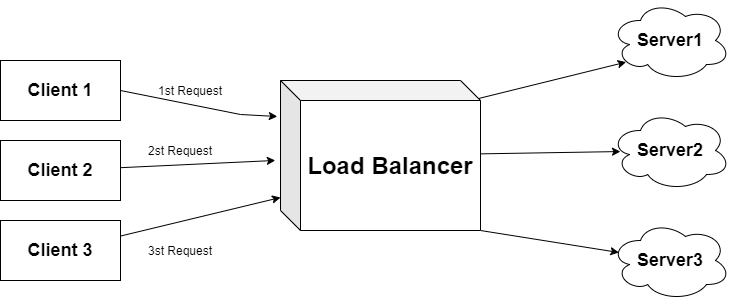
Before: Diagram.png, a diagram exported from draw.io (aakash1102/FSD1.0). Source tidied: cells renumbered, new cells last; positions are measured from the earlier drawing's top-left corner, leaving out a move shared by most shapes. The source it was exported from:
```xml
<mxGraphModel>
  <root>
    <mxCell id="0" />
    <mxCell id="1" parent="0" />
    <mxCell id="2" style="edgeStyle=none;rounded=0;jettySize=auto;html=1;exitX=1;exitY=0.5;exitDx=0;exitDy=0;entryX=-0.016;entryY=0.24;entryDx=0;entryDy=0;entryPerimeter=0;" parent="1" edge="1" source="3" target="14">
      <mxGeometry relative="1" as="geometry">
        <Array as="points">
          <mxPoint x="240" y="114" />
        </Array>
      </mxGeometry>
    </mxCell>
    <mxCell id="3" value="&lt;font style=&quot;font-size: 18px&quot;&gt;&lt;b&gt;Client 1&lt;/b&gt;&lt;/font&gt;" style="rounded=0;whiteSpace=wrap;html=1;" parent="1" vertex="1">
      <mxGeometry y="60" width="120" height="60" as="geometry" />
    </mxCell>
    <mxCell id="4" style="edgeStyle=none;rounded=0;jettySize=auto;html=1;entryX=-0.026;entryY=0.533;entryDx=0;entryDy=0;entryPerimeter=0;" parent="1" edge="1" source="5" target="14">
      <mxGeometry relative="1" as="geometry" />
    </mxCell>
    <mxCell id="5" value="&lt;font style=&quot;font-size: 18px&quot;&gt;&lt;b&gt;Client 2&lt;/b&gt;&lt;/font&gt;" style="rounded=0;whiteSpace=wrap;html=1;" parent="1" vertex="1">
      <mxGeometry y="140" width="120" height="60" as="geometry" />
    </mxCell>
    <mxCell id="6" style="edgeStyle=none;rounded=0;jettySize=auto;html=1;entryX=0;entryY=0.78;entryDx=0;entryDy=0;entryPerimeter=0;" parent="1" edge="1" source="7" target="14">
      <mxGeometry relative="1" as="geometry" />
    </mxCell>
    <mxCell id="7" value="&lt;font style=&quot;font-size: 18px&quot;&gt;&lt;b&gt;Client 3&lt;/b&gt;&lt;/font&gt;" style="rounded=0;whiteSpace=wrap;html=1;" parent="1" vertex="1">
      <mxGeometry y="220" width="120" height="60" as="geometry" />
    </mxCell>
    <mxCell id="8" value="1st Request" style="text;html=1;strokeColor=none;fillColor=none;align=center;verticalAlign=middle;whiteSpace=wrap;rounded=0;" parent="1" vertex="1">
      <mxGeometry x="140" y="80" width="100" height="20" as="geometry" />
    </mxCell>
    <mxCell id="9" value="2st Request" style="text;html=1;strokeColor=none;fillColor=none;align=center;verticalAlign=middle;whiteSpace=wrap;rounded=0;" parent="1" vertex="1">
      <mxGeometry x="130" y="140" width="100" height="20" as="geometry" />
    </mxCell>
    <mxCell id="10" value="3st Request" style="text;html=1;strokeColor=none;fillColor=none;align=center;verticalAlign=middle;whiteSpace=wrap;rounded=0;" parent="1" vertex="1">
      <mxGeometry x="130" y="240" width="100" height="20" as="geometry" />
    </mxCell>
    <mxCell id="11" style="edgeStyle=none;rounded=0;jettySize=auto;html=1;exitX=0;exitY=0;exitDx=190;exitDy=20;exitPerimeter=0;entryX=0.13;entryY=0.77;entryDx=0;entryDy=0;entryPerimeter=0;" parent="1" edge="1" source="14" target="15">
      <mxGeometry relative="1" as="geometry" />
    </mxCell>
    <mxCell id="12" style="edgeStyle=none;rounded=0;jettySize=auto;html=1;entryX=0.083;entryY=0.513;entryDx=0;entryDy=0;entryPerimeter=0;" parent="1" edge="1" source="14" target="16">
      <mxGeometry relative="1" as="geometry" />
    </mxCell>
    <mxCell id="13" style="edgeStyle=none;rounded=0;jettySize=auto;html=1;exitX=1;exitY=1;exitDx=0;exitDy=0;exitPerimeter=0;entryX=0.07;entryY=0.4;entryDx=0;entryDy=0;entryPerimeter=0;" parent="1" edge="1" source="14" target="17">
      <mxGeometry relative="1" as="geometry" />
    </mxCell>
    <mxCell id="14" value="&lt;b&gt;&lt;font style=&quot;font-size: 24px&quot;&gt;Load Balancer&lt;/font&gt;&lt;/b&gt;" style="shape=cube;whiteSpace=wrap;html=1;boundedLbl=1;backgroundOutline=1;darkOpacity=0.05;darkOpacity2=0.1;" parent="1" vertex="1">
      <mxGeometry x="280" y="80" width="200" height="150" as="geometry" />
    </mxCell>
    <mxCell id="15" value="&lt;b&gt;&lt;font style=&quot;font-size: 18px&quot;&gt;Server1&lt;/font&gt;&lt;/b&gt;" style="ellipse;shape=cloud;whiteSpace=wrap;html=1;" parent="1" vertex="1">
      <mxGeometry x="610" width="120" height="80" as="geometry" />
    </mxCell>
    <mxCell id="16" value="&lt;font style=&quot;font-size: 18px&quot;&gt;&lt;b&gt;Server2&lt;/b&gt;&lt;/font&gt;" style="ellipse;shape=cloud;whiteSpace=wrap;html=1;" parent="1" vertex="1">
      <mxGeometry x="610" y="110" width="120" height="80" as="geometry" />
    </mxCell>
    <mxCell id="17" value="&lt;font style=&quot;font-size: 18px&quot;&gt;&lt;b&gt;Server3&lt;/b&gt;&lt;/font&gt;" style="ellipse;shape=cloud;whiteSpace=wrap;html=1;" parent="1" vertex="1">
      <mxGeometry x="610" y="220" width="120" height="80" as="geometry" />
    </mxCell>
  </root>
</mxGraphModel>
```
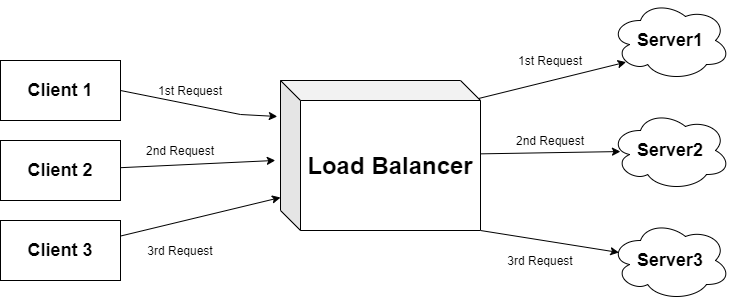
The same diagram one commit later.

What changed in the source:
```diff
@@ -27,10 +27,10 @@
     <mxCell id="8" value="1st Request" style="text;html=1;strokeColor=none;fillColor=none;align=center;verticalAlign=middle;whiteSpace=wrap;rounded=0;" parent="1" vertex="1">
       <mxGeometry x="140" y="80" width="100" height="20" as="geometry" />
     </mxCell>
-    <mxCell id="9" value="2st Request" style="text;html=1;strokeColor=none;fillColor=none;align=center;verticalAlign=middle;whiteSpace=wrap;rounded=0;" parent="1" vertex="1">
+    <mxCell id="9" value="2nd Request" style="text;html=1;strokeColor=none;fillColor=none;align=center;verticalAlign=middle;whiteSpace=wrap;rounded=0;" parent="1" vertex="1">
       <mxGeometry x="130" y="140" width="100" height="20" as="geometry" />
     </mxCell>
-    <mxCell id="10" value="3st Request" style="text;html=1;strokeColor=none;fillColor=none;align=center;verticalAlign=middle;whiteSpace=wrap;rounded=0;" parent="1" vertex="1">
+    <mxCell id="10" value="3rd Request" style="text;html=1;strokeColor=none;fillColor=none;align=center;verticalAlign=middle;whiteSpace=wrap;rounded=0;" parent="1" vertex="1">
       <mxGeometry x="130" y="240" width="100" height="20" as="geometry" />
     </mxCell>
     <mxCell id="11" style="edgeStyle=none;rounded=0;jettySize=auto;html=1;exitX=0;exitY=0;exitDx=190;exitDy=20;exitPerimeter=0;entryX=0.13;entryY=0.77;entryDx=0;entryDy=0;entryPerimeter=0;" parent="1" edge="1" source="14" target="15">
@@ -54,5 +54,14 @@
     <mxCell id="17" value="&lt;font style=&quot;font-size: 18px&quot;&gt;&lt;b&gt;Server3&lt;/b&gt;&lt;/font&gt;" style="ellipse;shape=cloud;whiteSpace=wrap;html=1;" parent="1" vertex="1">
       <mxGeometry x="610" y="220" width="120" height="80" as="geometry" />
     </mxCell>
+    <mxCell id="18" value="1st Request" style="text;html=1;strokeColor=none;fillColor=none;align=center;verticalAlign=middle;whiteSpace=wrap;rounded=0;" parent="1" vertex="1">
+      <mxGeometry x="500" y="50" width="100" height="20" as="geometry" />
+    </mxCell>
+    <mxCell id="19" value="2nd Request" style="text;html=1;strokeColor=none;fillColor=none;align=center;verticalAlign=middle;whiteSpace=wrap;rounded=0;" parent="1" vertex="1">
+      <mxGeometry x="500" y="130" width="100" height="20" as="geometry" />
+    </mxCell>
+    <mxCell id="20" value="3rd Request" style="text;html=1;strokeColor=none;fillColor=none;align=center;verticalAlign=middle;whiteSpace=wrap;rounded=0;" parent="1" vertex="1">
+      <mxGeometry x="490" y="250" width="100" height="20" as="geometry" />
+    </mxCell>
   </root>
 </mxGraphModel>
```
